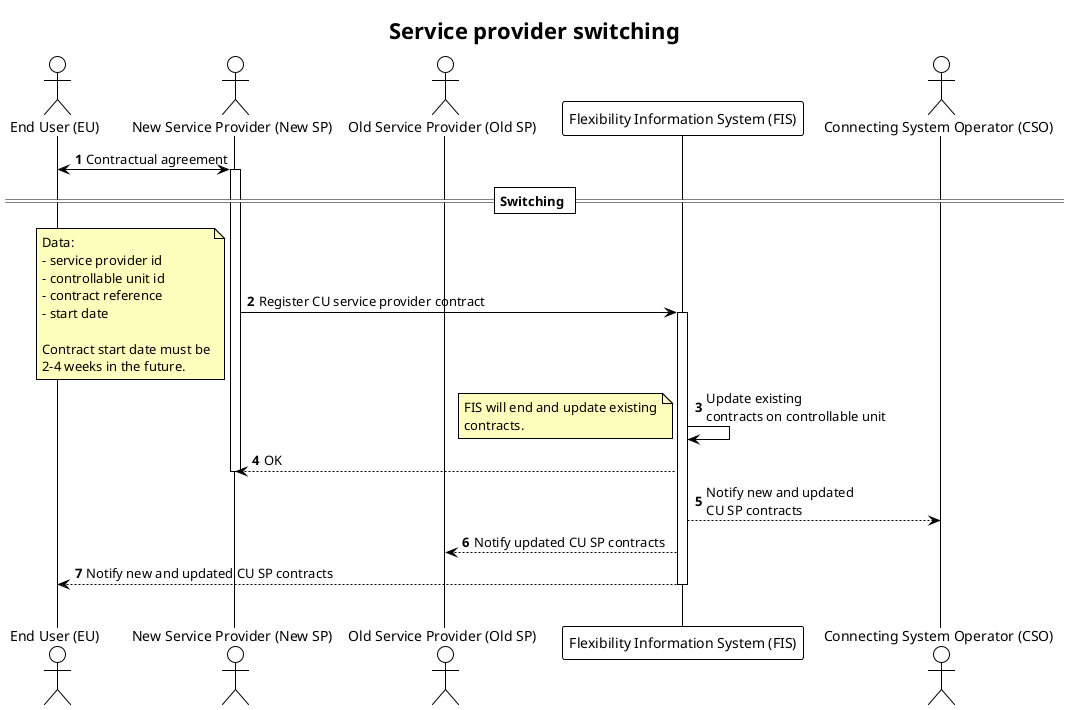
Earlier version of the PlantUML export docs/diagrams/service_provider_switching.png (elhub/flex-information-system).
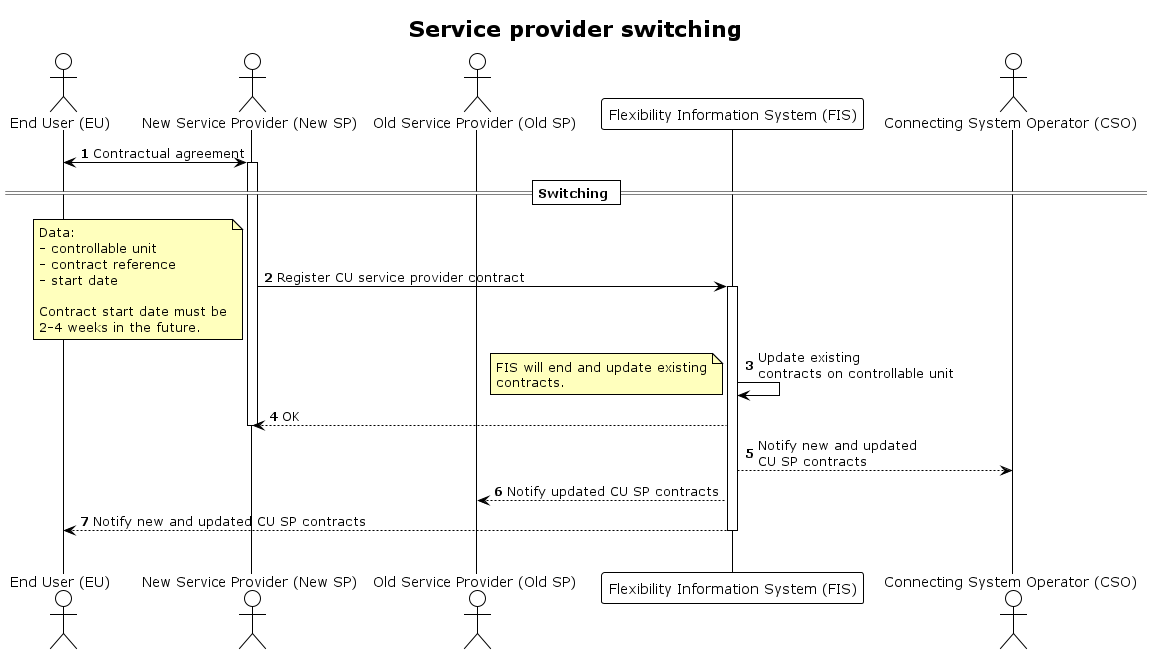
Later version of the same file.

The edit, as a diff of the source:
```diff
@@ -23,8 +23,7 @@
 SP_NEW -> FIS: Register CU service provider contract
 note left
     Data:
-    - service provider id
-    - controllable unit id
+    - controllable unit
     - contract reference
     - start date
 
```
